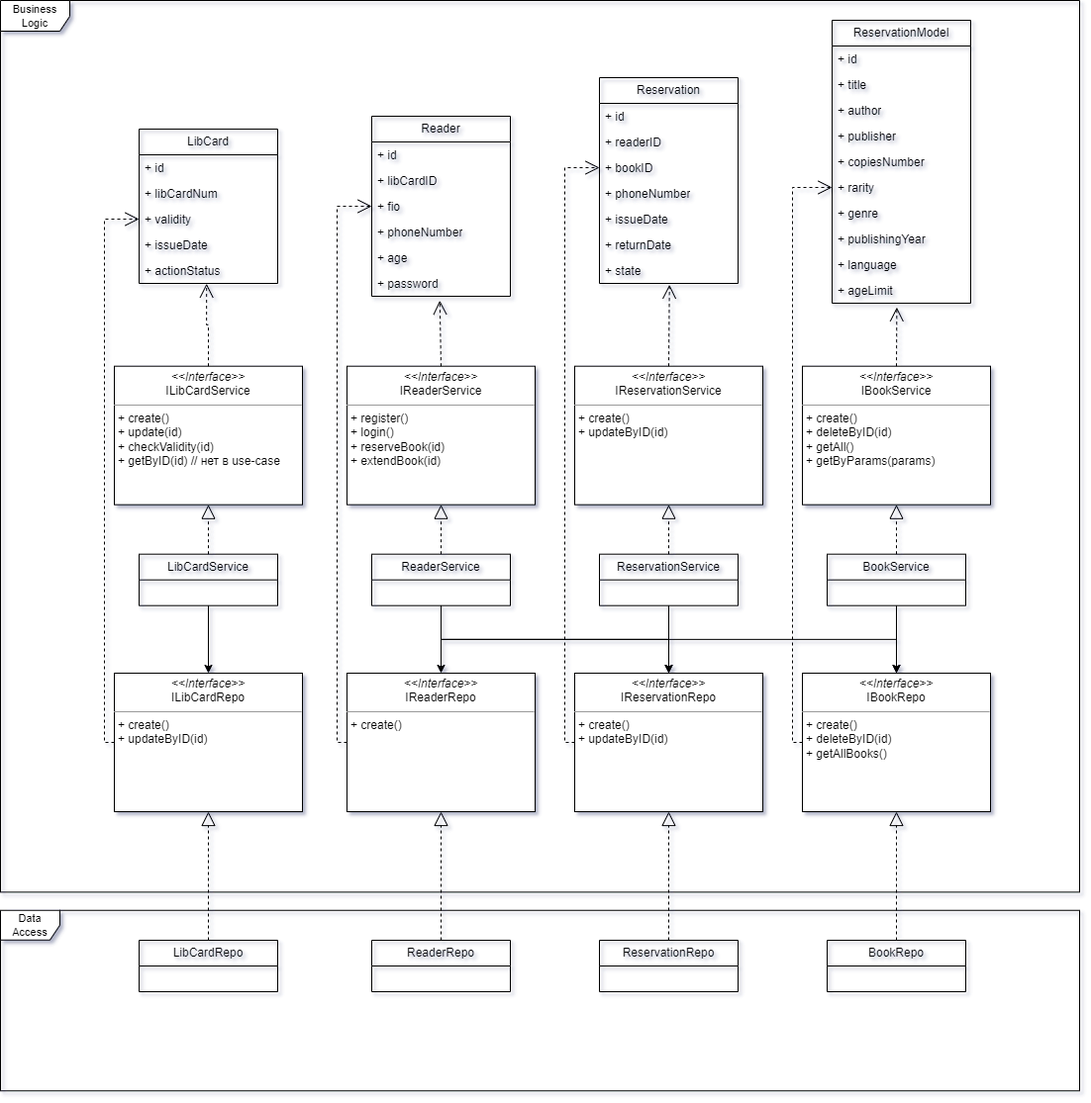
nikitalystsev/BookSmart keeps this draw.io diagram as diagrams/uml.drawio.png. Above is the earlier version. Source tidied: cells renumbered, new cells last; positions are measured from the earlier drawing's top-left corner, leaving out a move shared by most shapes.
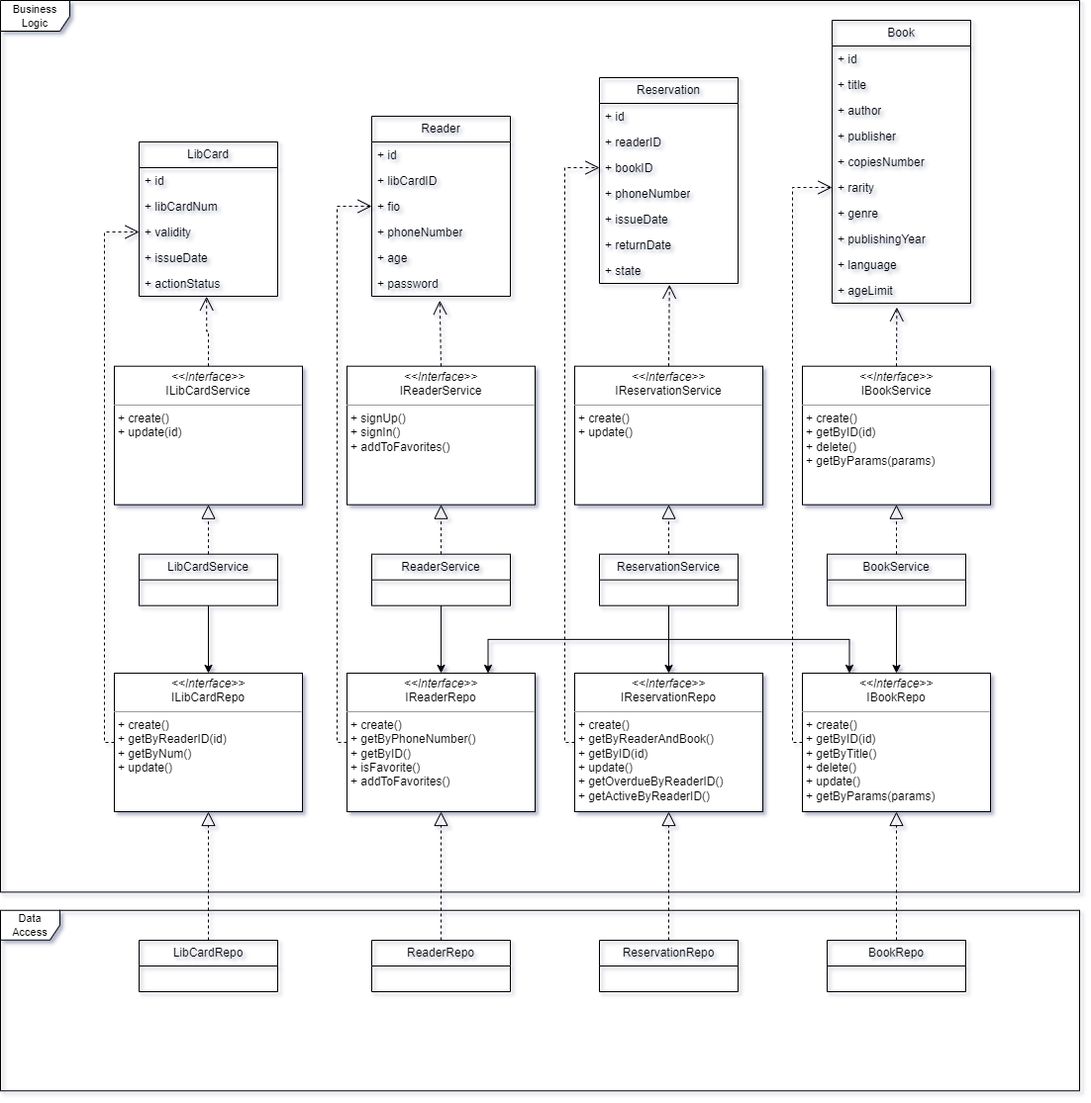
Later version of the same file.

Commit message:
поправил uml, вынес пару методов reader-а в интерфейс

The edit, as a diff of the source:
```diff
@@ -25,25 +25,25 @@
     <mxCell id="8" value="BookRepo" style="swimlane;fontStyle=0;horizontal=1;startSize=26;fillColor=none;whiteSpace=wrap;html=1;" parent="1" vertex="1">
       <mxGeometry x="835" y="950" width="140" height="52" as="geometry" />
     </mxCell>
-    <mxCell id="9" value="&lt;p style=&quot;margin:0px;margin-top:4px;text-align:center;&quot;&gt;&lt;i&gt;&amp;lt;&amp;lt;Interface&amp;gt;&amp;gt;&lt;/i&gt;&lt;br&gt;ILibCardRepo&lt;br&gt;&lt;/p&gt;&lt;hr size=&quot;1&quot;&gt;&lt;p style=&quot;margin:0px;margin-left:4px;&quot;&gt;+ create()&lt;/p&gt;&lt;p style=&quot;margin:0px;margin-left:4px;&quot;&gt;+ updateByID(id)&lt;/p&gt;&lt;p style=&quot;margin:0px;margin-left:4px;&quot;&gt;&lt;br&gt;&lt;/p&gt;" style="verticalAlign=top;align=left;overflow=fill;html=1;whiteSpace=wrap;" parent="1" vertex="1">
+    <mxCell id="9" value="&lt;p style=&quot;margin:0px;margin-top:4px;text-align:center;&quot;&gt;&lt;i&gt;&amp;lt;&amp;lt;Interface&amp;gt;&amp;gt;&lt;/i&gt;&lt;br&gt;ILibCardRepo&lt;br&gt;&lt;/p&gt;&lt;hr size=&quot;1&quot;&gt;&lt;p style=&quot;margin:0px;margin-left:4px;&quot;&gt;+ create()&lt;/p&gt;&lt;p style=&quot;margin:0px;margin-left:4px;&quot;&gt;+ getByReaderID(id)&lt;/p&gt;&lt;p style=&quot;margin:0px;margin-left:4px;&quot;&gt;+ getByNum()&lt;/p&gt;&lt;p style=&quot;margin:0px;margin-left:4px;&quot;&gt;+ update()&lt;/p&gt;&lt;p style=&quot;margin:0px;margin-left:4px;&quot;&gt;&lt;br&gt;&lt;/p&gt;" style="verticalAlign=top;align=left;overflow=fill;html=1;whiteSpace=wrap;" parent="1" vertex="1">
       <mxGeometry x="115" y="680" width="190" height="140" as="geometry" />
     </mxCell>
     <mxCell id="10" style="endArrow=block;dashed=1;endFill=0;endSize=12;html=1;rounded=0;exitX=0.5;exitY=0;exitDx=0;exitDy=0;entryX=0.5;entryY=1;entryDx=0;entryDy=0;" parent="1" edge="1" source="5" target="9">
       <mxGeometry relative="1" as="geometry" />
     </mxCell>
-    <mxCell id="11" value="&lt;p style=&quot;margin:0px;margin-top:4px;text-align:center;&quot;&gt;&lt;i&gt;&amp;lt;&amp;lt;Interface&amp;gt;&amp;gt;&lt;/i&gt;&lt;br&gt;IReaderRepo&lt;br&gt;&lt;/p&gt;&lt;hr size=&quot;1&quot;&gt;&lt;p style=&quot;margin:0px;margin-left:4px;&quot;&gt;+ create()&lt;/p&gt;&lt;p style=&quot;margin:0px;margin-left:4px;&quot;&gt;&lt;br&gt;&lt;/p&gt;&lt;p style=&quot;margin:0px;margin-left:4px;&quot;&gt;&lt;br&gt;&lt;/p&gt;" style="verticalAlign=top;align=left;overflow=fill;html=1;whiteSpace=wrap;" parent="1" vertex="1">
+    <mxCell id="11" value="&lt;p style=&quot;margin:0px;margin-top:4px;text-align:center;&quot;&gt;&lt;i&gt;&amp;lt;&amp;lt;Interface&amp;gt;&amp;gt;&lt;/i&gt;&lt;br&gt;IReaderRepo&lt;br&gt;&lt;/p&gt;&lt;hr size=&quot;1&quot;&gt;&lt;p style=&quot;margin:0px;margin-left:4px;&quot;&gt;+ create()&lt;/p&gt;&lt;p style=&quot;margin:0px;margin-left:4px;&quot;&gt;+ getByPhoneNumber()&lt;/p&gt;&lt;p style=&quot;margin:0px;margin-left:4px;&quot;&gt;+ getByID()&lt;/p&gt;&lt;p style=&quot;margin:0px;margin-left:4px;&quot;&gt;+ isFavorite()&lt;/p&gt;&lt;p style=&quot;margin:0px;margin-left:4px;&quot;&gt;+ addToFavorites()&lt;/p&gt;&lt;p style=&quot;margin:0px;margin-left:4px;&quot;&gt;&lt;br&gt;&lt;/p&gt;&lt;p style=&quot;margin:0px;margin-left:4px;&quot;&gt;&lt;br&gt;&lt;/p&gt;" style="verticalAlign=top;align=left;overflow=fill;html=1;whiteSpace=wrap;" parent="1" vertex="1">
       <mxGeometry x="350" y="680" width="190" height="140" as="geometry" />
     </mxCell>
     <mxCell id="12" style="endArrow=block;dashed=1;endFill=0;endSize=12;html=1;rounded=0;exitX=0.5;exitY=0;exitDx=0;exitDy=0;entryX=0.5;entryY=1;entryDx=0;entryDy=0;" parent="1" edge="1" source="6" target="11">
       <mxGeometry relative="1" as="geometry" />
     </mxCell>
-    <mxCell id="13" value="&lt;p style=&quot;margin:0px;margin-top:4px;text-align:center;&quot;&gt;&lt;i&gt;&amp;lt;&amp;lt;Interface&amp;gt;&amp;gt;&lt;/i&gt;&lt;br&gt;IReservationRepo&lt;br&gt;&lt;/p&gt;&lt;hr size=&quot;1&quot;&gt;&lt;p style=&quot;margin:0px;margin-left:4px;&quot;&gt;+ create()&lt;/p&gt;&lt;p style=&quot;margin:0px;margin-left:4px;&quot;&gt;+ updateByID(id)&lt;/p&gt;&lt;p style=&quot;margin:0px;margin-left:4px;&quot;&gt;&lt;br&gt;&lt;/p&gt;" style="verticalAlign=top;align=left;overflow=fill;html=1;whiteSpace=wrap;" parent="1" vertex="1">
+    <mxCell id="13" value="&lt;p style=&quot;margin:0px;margin-top:4px;text-align:center;&quot;&gt;&lt;i&gt;&amp;lt;&amp;lt;Interface&amp;gt;&amp;gt;&lt;/i&gt;&lt;br&gt;IReservationRepo&lt;br&gt;&lt;/p&gt;&lt;hr size=&quot;1&quot;&gt;&lt;p style=&quot;margin:0px;margin-left:4px;&quot;&gt;+ create()&lt;/p&gt;&lt;p style=&quot;margin:0px;margin-left:4px;&quot;&gt;+ getByReaderAndBook()&lt;/p&gt;&lt;p style=&quot;margin:0px;margin-left:4px;&quot;&gt;+ getByID(id)&lt;/p&gt;&lt;p style=&quot;margin:0px;margin-left:4px;&quot;&gt;+ update()&lt;/p&gt;&lt;p style=&quot;margin:0px;margin-left:4px;&quot;&gt;+ getOverdueByReaderID()&lt;/p&gt;&lt;p style=&quot;margin:0px;margin-left:4px;&quot;&gt;+ getActiveByReaderID()&lt;/p&gt;&lt;p style=&quot;margin:0px;margin-left:4px;&quot;&gt;&lt;br&gt;&lt;/p&gt;" style="verticalAlign=top;align=left;overflow=fill;html=1;whiteSpace=wrap;" parent="1" vertex="1">
       <mxGeometry x="580" y="680" width="190" height="140" as="geometry" />
     </mxCell>
     <mxCell id="14" style="endArrow=block;dashed=1;endFill=0;endSize=12;html=1;rounded=0;exitX=0.5;exitY=0;exitDx=0;exitDy=0;entryX=0.5;entryY=1;entryDx=0;entryDy=0;" parent="1" edge="1" source="7" target="13">
       <mxGeometry relative="1" as="geometry" />
     </mxCell>
-    <mxCell id="15" value="&lt;p style=&quot;margin:0px;margin-top:4px;text-align:center;&quot;&gt;&lt;i&gt;&amp;lt;&amp;lt;Interface&amp;gt;&amp;gt;&lt;/i&gt;&lt;br&gt;IBookRepo&lt;br&gt;&lt;/p&gt;&lt;hr size=&quot;1&quot;&gt;&lt;p style=&quot;margin:0px;margin-left:4px;&quot;&gt;+ create()&lt;/p&gt;&lt;p style=&quot;margin:0px;margin-left:4px;&quot;&gt;+ deleteByID(id)&lt;/p&gt;&lt;p style=&quot;margin:0px;margin-left:4px;&quot;&gt;+ getAllBooks()&lt;/p&gt;&lt;p style=&quot;margin:0px;margin-left:4px;&quot;&gt;&lt;br&gt;&lt;/p&gt;" style="verticalAlign=top;align=left;overflow=fill;html=1;whiteSpace=wrap;" parent="1" vertex="1">
+    <mxCell id="15" value="&lt;p style=&quot;margin:0px;margin-top:4px;text-align:center;&quot;&gt;&lt;i&gt;&amp;lt;&amp;lt;Interface&amp;gt;&amp;gt;&lt;/i&gt;&lt;br&gt;IBookRepo&lt;br&gt;&lt;/p&gt;&lt;hr size=&quot;1&quot;&gt;&lt;p style=&quot;margin: 0px 0px 0px 4px;&quot;&gt;+ create()&lt;/p&gt;&lt;p style=&quot;margin: 0px 0px 0px 4px;&quot;&gt;+ getByID(id)&lt;/p&gt;&lt;p style=&quot;margin: 0px 0px 0px 4px;&quot;&gt;+ getByTitle()&lt;/p&gt;&lt;p style=&quot;margin: 0px 0px 0px 4px;&quot;&gt;+ delete()&lt;/p&gt;&lt;p style=&quot;margin: 0px 0px 0px 4px;&quot;&gt;+ update()&lt;/p&gt;&lt;p style=&quot;margin: 0px 0px 0px 4px;&quot;&gt;+ getByParams(params)&lt;/p&gt;" style="verticalAlign=top;align=left;overflow=fill;html=1;whiteSpace=wrap;" parent="1" vertex="1">
       <mxGeometry x="810" y="680" width="190" height="140" as="geometry" />
     </mxCell>
     <mxCell id="16" style="endArrow=block;dashed=1;endFill=0;endSize=12;html=1;rounded=0;exitX=0.5;exitY=0;exitDx=0;exitDy=0;entryX=0.5;entryY=1;entryDx=0;entryDy=0;" parent="1" edge="1" source="8" target="15">
@@ -61,13 +61,13 @@
     <mxCell id="20" value="BookService" style="swimlane;fontStyle=0;horizontal=1;startSize=26;fillColor=none;whiteSpace=wrap;html=1;" parent="1" vertex="1">
       <mxGeometry x="835" y="559.7" width="140" height="52" as="geometry" />
     </mxCell>
-    <mxCell id="21" value="&lt;p style=&quot;margin:0px;margin-top:4px;text-align:center;&quot;&gt;&lt;i&gt;&amp;lt;&amp;lt;Interface&amp;gt;&amp;gt;&lt;/i&gt;&lt;br&gt;ILibCardService&lt;br&gt;&lt;/p&gt;&lt;hr size=&quot;1&quot;&gt;&lt;p style=&quot;margin: 0px 0px 0px 4px;&quot;&gt;+ create()&lt;/p&gt;&lt;p style=&quot;margin: 0px 0px 0px 4px;&quot;&gt;+ update(id)&lt;/p&gt;&lt;p style=&quot;margin: 0px 0px 0px 4px;&quot;&gt;+ checkValidity(id)&lt;/p&gt;&lt;p style=&quot;margin: 0px 0px 0px 4px;&quot;&gt;+ getByID(id) // нет в use-case&lt;/p&gt;" style="verticalAlign=top;align=left;overflow=fill;html=1;whiteSpace=wrap;" parent="1" vertex="1">
+    <mxCell id="21" value="&lt;p style=&quot;margin:0px;margin-top:4px;text-align:center;&quot;&gt;&lt;i&gt;&amp;lt;&amp;lt;Interface&amp;gt;&amp;gt;&lt;/i&gt;&lt;br&gt;ILibCardService&lt;br&gt;&lt;/p&gt;&lt;hr size=&quot;1&quot;&gt;&lt;p style=&quot;margin: 0px 0px 0px 4px;&quot;&gt;+ create()&lt;/p&gt;&lt;p style=&quot;margin: 0px 0px 0px 4px;&quot;&gt;+ update(id)&lt;/p&gt;" style="verticalAlign=top;align=left;overflow=fill;html=1;whiteSpace=wrap;" parent="1" vertex="1">
       <mxGeometry x="115" y="369.7" width="190" height="140" as="geometry" />
     </mxCell>
-    <mxCell id="22" value="&lt;p style=&quot;margin:0px;margin-top:4px;text-align:center;&quot;&gt;&lt;i&gt;&amp;lt;&amp;lt;Interface&amp;gt;&amp;gt;&lt;/i&gt;&lt;br&gt;IReservationService&lt;br&gt;&lt;/p&gt;&lt;hr size=&quot;1&quot;&gt;&lt;p style=&quot;margin: 0px 0px 0px 4px;&quot;&gt;+ create()&lt;/p&gt;&lt;p style=&quot;margin: 0px 0px 0px 4px;&quot;&gt;+ updateByID(id)&lt;/p&gt;" style="verticalAlign=top;align=left;overflow=fill;html=1;whiteSpace=wrap;" parent="1" vertex="1">
+    <mxCell id="22" value="&lt;p style=&quot;margin:0px;margin-top:4px;text-align:center;&quot;&gt;&lt;i&gt;&amp;lt;&amp;lt;Interface&amp;gt;&amp;gt;&lt;/i&gt;&lt;br&gt;IReservationService&lt;br&gt;&lt;/p&gt;&lt;hr size=&quot;1&quot;&gt;&lt;p style=&quot;margin: 0px 0px 0px 4px;&quot;&gt;+ create()&lt;/p&gt;&lt;p style=&quot;margin: 0px 0px 0px 4px;&quot;&gt;+ update()&lt;/p&gt;" style="verticalAlign=top;align=left;overflow=fill;html=1;whiteSpace=wrap;" parent="1" vertex="1">
       <mxGeometry x="580" y="369.7" width="190" height="140" as="geometry" />
     </mxCell>
-    <mxCell id="23" value="&lt;p style=&quot;margin:0px;margin-top:4px;text-align:center;&quot;&gt;&lt;i&gt;&amp;lt;&amp;lt;Interface&amp;gt;&amp;gt;&lt;/i&gt;&lt;br&gt;IBookService&lt;br&gt;&lt;/p&gt;&lt;hr size=&quot;1&quot;&gt;&lt;p style=&quot;margin: 0px 0px 0px 4px;&quot;&gt;+ create()&lt;/p&gt;&lt;p style=&quot;margin: 0px 0px 0px 4px;&quot;&gt;+ deleteByID(id)&lt;/p&gt;&lt;p style=&quot;margin: 0px 0px 0px 4px;&quot;&gt;+ getAll()&lt;/p&gt;&lt;p style=&quot;margin: 0px 0px 0px 4px;&quot;&gt;+ getByParams(params)&lt;/p&gt;" style="verticalAlign=top;align=left;overflow=fill;html=1;whiteSpace=wrap;" parent="1" vertex="1">
+    <mxCell id="23" value="&lt;p style=&quot;margin:0px;margin-top:4px;text-align:center;&quot;&gt;&lt;i&gt;&amp;lt;&amp;lt;Interface&amp;gt;&amp;gt;&lt;/i&gt;&lt;br&gt;IBookService&lt;br&gt;&lt;/p&gt;&lt;hr size=&quot;1&quot;&gt;&lt;p style=&quot;margin: 0px 0px 0px 4px;&quot;&gt;+ create()&lt;/p&gt;&lt;p style=&quot;margin: 0px 0px 0px 4px;&quot;&gt;+ getByID(id)&lt;/p&gt;&lt;p style=&quot;margin: 0px 0px 0px 4px;&quot;&gt;+ delete()&lt;/p&gt;&lt;p style=&quot;margin: 0px 0px 0px 4px;&quot;&gt;+ getByParams(params)&lt;/p&gt;" style="verticalAlign=top;align=left;overflow=fill;html=1;whiteSpace=wrap;" parent="1" vertex="1">
       <mxGeometry x="810" y="369.7" width="190" height="140" as="geometry" />
     </mxCell>
     <mxCell id="24" style="endArrow=block;dashed=1;endFill=0;endSize=12;html=1;rounded=0;exitX=0.5;exitY=0;exitDx=0;exitDy=0;entryX=0.5;entryY=1;entryDx=0;entryDy=0;" parent="1" edge="1" source="17" target="21">
@@ -83,7 +83,7 @@
       <mxGeometry relative="1" as="geometry" />
     </mxCell>
     <mxCell id="28" value="LibCard" style="swimlane;fontStyle=0;horizontal=1;startSize=26;fillColor=none;whiteSpace=wrap;html=1;" parent="1" vertex="1">
-      <mxGeometry x="140" y="130" width="140" height="156" as="geometry" />
+      <mxGeometry x="140" y="143" width="140" height="156" as="geometry" />
     </mxCell>
     <mxCell id="29" value="+ id&lt;div&gt;&lt;br/&gt;&lt;/div&gt;" style="text;strokeColor=none;fillColor=none;align=left;verticalAlign=top;spacingLeft=4;spacingRight=4;overflow=hidden;whiteSpace=wrap;html=1;" parent="28" vertex="1">
       <mxGeometry y="26" width="140" height="26" as="geometry" />
@@ -145,7 +145,7 @@
     <mxCell id="48" value="+ state" style="text;strokeColor=none;fillColor=none;align=left;verticalAlign=top;spacingLeft=4;spacingRight=4;overflow=hidden;points=[[0,0.5],[1,0.5]];portConstraint=eastwest;whiteSpace=wrap;html=1;" parent="41" vertex="1">
       <mxGeometry y="182" width="140" height="26" as="geometry" />
     </mxCell>
-    <mxCell id="49" value="ReservationModel" style="swimlane;fontStyle=0;horizontal=1;startSize=26;fillColor=none;whiteSpace=wrap;html=1;" parent="1" vertex="1">
+    <mxCell id="49" value="Book" style="swimlane;fontStyle=0;horizontal=1;startSize=26;fillColor=none;whiteSpace=wrap;html=1;" parent="1" vertex="1">
       <mxGeometry x="840" y="20" width="140" height="286" as="geometry" />
     </mxCell>
     <mxCell id="50" value="+ id&lt;div&gt;&lt;br/&gt;&lt;/div&gt;" style="text;strokeColor=none;fillColor=none;align=left;verticalAlign=top;spacingLeft=4;spacingRight=4;overflow=hidden;whiteSpace=wrap;html=1;" parent="49" vertex="1">
@@ -178,12 +178,9 @@
     <mxCell id="59" value="+&amp;nbsp;ageLimit" style="text;strokeColor=none;fillColor=none;align=left;verticalAlign=top;spacingLeft=4;spacingRight=4;overflow=hidden;points=[[0,0.5],[1,0.5]];portConstraint=eastwest;whiteSpace=wrap;html=1;" parent="49" vertex="1">
       <mxGeometry y="260" width="140" height="26" as="geometry" />
     </mxCell>
-    <mxCell id="60" value="&lt;p style=&quot;margin:0px;margin-top:4px;text-align:center;&quot;&gt;&lt;i&gt;&amp;lt;&amp;lt;Interface&amp;gt;&amp;gt;&lt;/i&gt;&lt;br&gt;IReaderService&lt;br&gt;&lt;/p&gt;&lt;hr size=&quot;1&quot;&gt;&lt;p style=&quot;margin:0px;margin-left:4px;&quot;&gt;+ register()&lt;/p&gt;&lt;p style=&quot;margin:0px;margin-left:4px;&quot;&gt;+ login()&lt;/p&gt;&lt;p style=&quot;margin:0px;margin-left:4px;&quot;&gt;+ reserveBook(id)&lt;/p&gt;&lt;p style=&quot;margin:0px;margin-left:4px;&quot;&gt;+ extendBook(id)&lt;/p&gt;" style="verticalAlign=top;align=left;overflow=fill;html=1;whiteSpace=wrap;" parent="1" vertex="1">
+    <mxCell id="60" value="&lt;p style=&quot;margin:0px;margin-top:4px;text-align:center;&quot;&gt;&lt;i&gt;&amp;lt;&amp;lt;Interface&amp;gt;&amp;gt;&lt;/i&gt;&lt;br&gt;IReaderService&lt;br&gt;&lt;/p&gt;&lt;hr size=&quot;1&quot;&gt;&lt;p style=&quot;margin:0px;margin-left:4px;&quot;&gt;+ signUp()&lt;/p&gt;&lt;p style=&quot;margin:0px;margin-left:4px;&quot;&gt;+ signIn()&lt;/p&gt;&lt;p style=&quot;margin:0px;margin-left:4px;&quot;&gt;+ addToFavorites()&lt;/p&gt;" style="verticalAlign=top;align=left;overflow=fill;html=1;whiteSpace=wrap;" parent="1" vertex="1">
       <mxGeometry x="350" y="369.7" width="190" height="140" as="geometry" />
     </mxCell>
-    <mxCell id="61" style="endArrow=classic;html=1;rounded=0;exitX=0.5;exitY=1;exitDx=0;exitDy=0;entryX=0.5;entryY=0;entryDx=0;entryDy=0;edgeStyle=orthogonalEdgeStyle;" parent="1" edge="1" source="18" target="13">
-      <mxGeometry relative="1" as="geometry" />
-    </mxCell>
     <mxCell id="62" style="endArrow=classic;html=1;rounded=0;exitX=0.5;exitY=1;exitDx=0;exitDy=0;entryX=0.5;entryY=0;entryDx=0;entryDy=0;edgeStyle=orthogonalEdgeStyle;" parent="1" edge="1" source="18" target="11">
       <mxGeometry relative="1" as="geometry" />
     </mxCell>
@@ -196,9 +193,6 @@
     <mxCell id="65" style="endArrow=classic;html=1;rounded=0;exitX=0.5;exitY=1;exitDx=0;exitDy=0;entryX=0.5;entryY=0;entryDx=0;entryDy=0;edgeStyle=orthogonalEdgeStyle;" parent="1" edge="1" source="17" target="9">
       <mxGeometry relative="1" as="geometry" />
     </mxCell>
-    <mxCell id="66" style="endArrow=classic;html=1;rounded=0;exitX=0.5;exitY=1;exitDx=0;exitDy=0;entryX=0.5;entryY=0;entryDx=0;entryDy=0;edgeStyle=orthogonalEdgeStyle;" parent="1" edge="1" source="18" target="15">
-      <mxGeometry relative="1" as="geometry" />
-    </mxCell>
     <mxCell id="67" style="endArrow=open;endSize=12;dashed=1;html=1;rounded=0;exitX=0.5;exitY=0;exitDx=0;exitDy=0;entryX=0.487;entryY=1.008;entryDx=0;entryDy=0;entryPerimeter=0;edgeStyle=orthogonalEdgeStyle;" parent="1" edge="1" source="21" target="33">
       <mxGeometry relative="1" as="geometry" />
     </mxCell>
@@ -223,5 +217,11 @@
     <mxCell id="74" style="endArrow=open;endSize=12;dashed=1;html=1;rounded=0;exitX=0;exitY=0.5;exitDx=0;exitDy=0;entryX=0;entryY=0.5;entryDx=0;entryDy=0;edgeStyle=orthogonalEdgeStyle;" parent="1" edge="1" source="15" target="55">
       <mxGeometry relative="1" as="geometry" />
     </mxCell>
+    <mxCell id="75" style="endArrow=classic;html=1;rounded=0;exitX=0.5;exitY=1;exitDx=0;exitDy=0;entryX=0.75;entryY=0;entryDx=0;entryDy=0;edgeStyle=orthogonalEdgeStyle;" parent="1" edge="1" source="19" target="11">
+      <mxGeometry relative="1" as="geometry" />
+    </mxCell>
+    <mxCell id="76" style="endArrow=classic;html=1;rounded=0;exitX=0.5;exitY=1;exitDx=0;exitDy=0;entryX=0.25;entryY=0;entryDx=0;entryDy=0;edgeStyle=orthogonalEdgeStyle;" parent="1" edge="1" source="19" target="15">
+      <mxGeometry relative="1" as="geometry" />
+    </mxCell>
   </root>
 </mxGraphModel>
```
